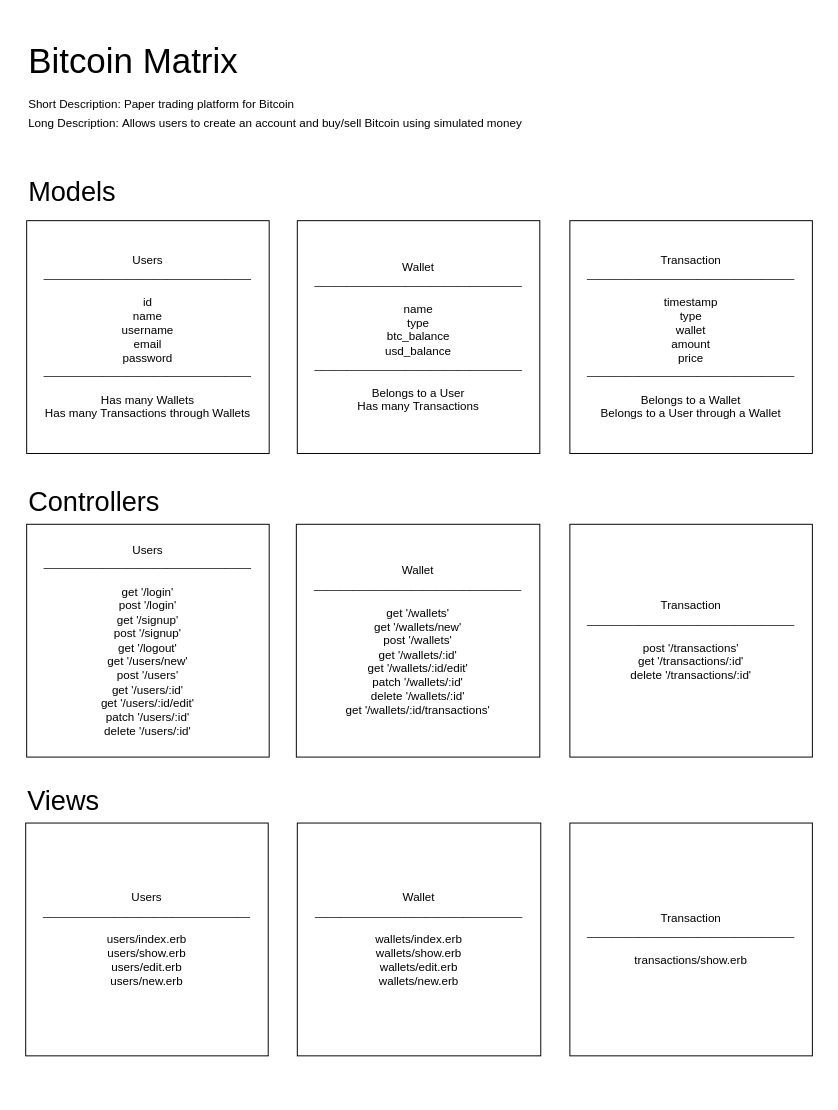
Earlier version of the draw.io diagram models.drawio (smcbride1/bitcoin-matrix). Source tidied: cells renumbered, new cells numbered last; positions are measured from the earlier drawing's top-left corner, leaving out a move shared by most shapes. Both pictures are drawn from the tidied source at 97%, with x=0, y=0 at pixel (16, 16).
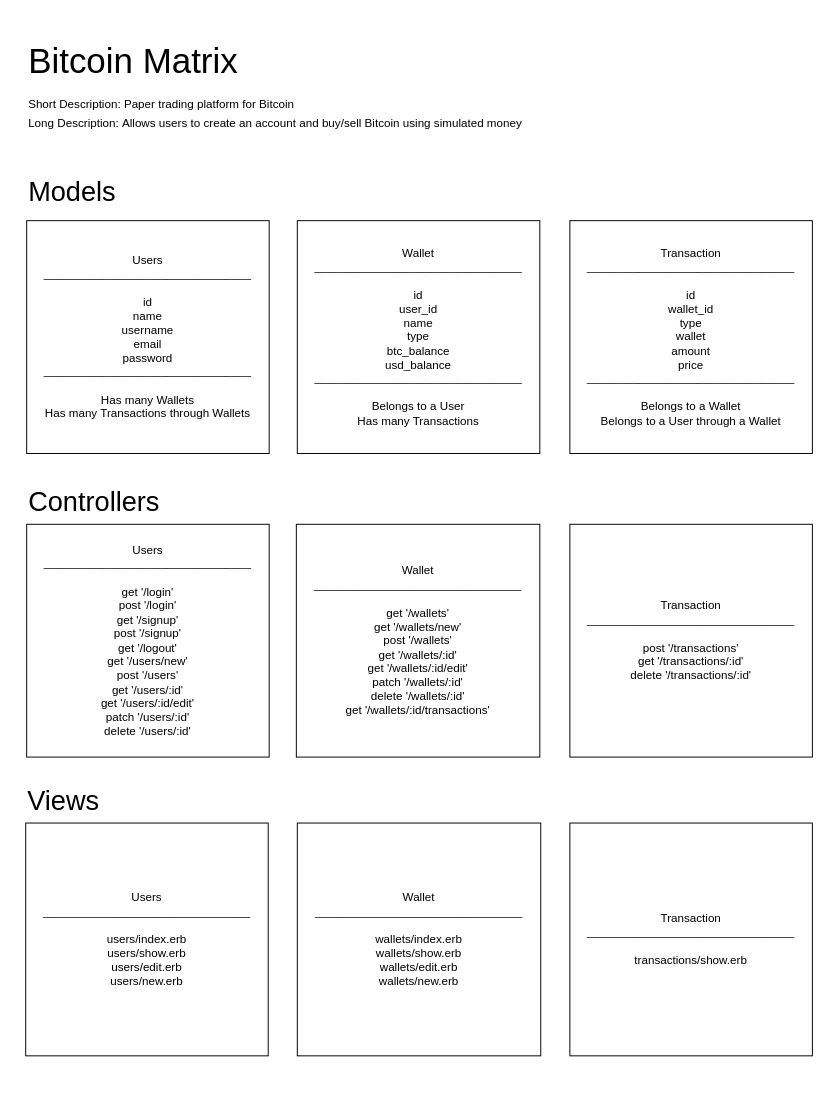
The same page after the edit.

Commit message (it also covers changes not shown here):
Migrated database and created models

The edit, as a diff of the source:
```diff
@@
 <mxGraphModel>
   <root>
     <mxCell id="0" />
     <mxCell id="1" parent="0" />
     <mxCell id="2" style="rounded=0;whiteSpace=wrap;html=1;strokeColor=none;" parent="1" vertex="1">
       <mxGeometry width="830" height="1110" as="geometry" />
     </mxCell>
     <mxCell id="3" value="Users&lt;br&gt;________________________________&lt;br&gt;&lt;br&gt;id&lt;br&gt;name&lt;br&gt;username&lt;br&gt;email&lt;br&gt;password&lt;br&gt;________________________________&lt;br&gt;&lt;br&gt;Has many Wallets&lt;br&gt;Has many Transactions through Wallets" style="rounded=0;whiteSpace=wrap;html=1;" parent="1" vertex="1">
       <mxGeometry x="10" y="210" width="250" height="240" as="geometry" />
     </mxCell>
-    <mxCell id="4" value="Wallet&lt;br&gt;________________________________&lt;br&gt;&lt;br&gt;name&lt;br&gt;type&lt;br&gt;btc_balance&lt;br&gt;usd_balance&lt;br&gt;________________________________&lt;br&gt;&lt;br&gt;Belongs to a User&lt;br&gt;Has many Transactions" style="rounded=0;whiteSpace=wrap;html=1;" parent="1" vertex="1">
+    <mxCell id="4" value="Wallet&lt;br&gt;________________________________&lt;br&gt;&lt;br&gt;id&lt;br&gt;user_id&lt;br&gt;name&lt;br&gt;type&lt;br&gt;btc_balance&lt;br&gt;usd_balance&lt;br&gt;________________________________&lt;br&gt;&lt;br&gt;Belongs to a User&lt;br&gt;Has many Transactions" style="rounded=0;whiteSpace=wrap;html=1;" parent="1" vertex="1">
       <mxGeometry x="289" y="210" width="250" height="240" as="geometry" />
     </mxCell>
-    <mxCell id="5" value="Transaction&lt;br&gt;________________________________&lt;br&gt;&lt;br&gt;timestamp&lt;br&gt;type&lt;br&gt;wallet&lt;br&gt;amount&lt;br&gt;price&lt;br&gt;________________________________&lt;br&gt;&lt;br&gt;Belongs to a Wallet&lt;br&gt;Belongs to a User through a Wallet" style="rounded=0;whiteSpace=wrap;html=1;" parent="1" vertex="1">
+    <mxCell id="5" value="Transaction&lt;br&gt;________________________________&lt;br&gt;&lt;br&gt;id&lt;br&gt;wallet_id&lt;br&gt;type&lt;br&gt;wallet&lt;br&gt;amount&lt;br&gt;price&lt;br&gt;________________________________&lt;br&gt;&lt;br&gt;Belongs to a Wallet&lt;br&gt;Belongs to a User through a Wallet" style="rounded=0;whiteSpace=wrap;html=1;" parent="1" vertex="1">
       <mxGeometry x="570" y="210" width="250" height="240" as="geometry" />
     </mxCell>
     <mxCell id="6" value="&lt;font style=&quot;font-size: 36px&quot;&gt;Bitcoin Matrix&lt;/font&gt;" style="text;html=1;align=left;verticalAlign=middle;" parent="1" vertex="1">
       <mxGeometry x="10" y="30" width="230" height="30" as="geometry" />
     </mxCell>
     <mxCell id="7" value="Short Description:&amp;nbsp;Paper trading platform for Bitcoin" style="text;html=1;align=left;verticalAlign=middle;" parent="1" vertex="1">
       <mxGeometry x="10" y="80" width="290" height="20" as="geometry" />
     </mxCell>
     <mxCell id="8" value="Long Description:&amp;nbsp;Allows users to create an account and buy/sell Bitcoin using simulated money" style="text;html=1;align=left;verticalAlign=middle;" parent="1" vertex="1">
       <mxGeometry x="10" y="100" width="520" height="20" as="geometry" />
     </mxCell>
     <mxCell id="9" value="&lt;font style=&quot;font-size: 28px&quot;&gt;Models&lt;/font&gt;" style="text;html=1;align=left;verticalAlign=middle;" parent="1" vertex="1">
       <mxGeometry x="10" y="170" width="110" height="20" as="geometry" />
     </mxCell>
     <mxCell id="10" value="&lt;font style=&quot;font-size: 28px&quot;&gt;Controllers&lt;/font&gt;" style="text;html=1;align=left;verticalAlign=middle;" parent="1" vertex="1">
       <mxGeometry x="10" y="490" width="150" height="20" as="geometry" />
     </mxCell>
     <mxCell id="11" value="Users&lt;br&gt;________________________________&lt;br&gt;&lt;div&gt;&lt;br&gt;&lt;/div&gt;&lt;div&gt;get '/login'&lt;br&gt;&lt;/div&gt;&lt;div&gt;post '/login'&lt;/div&gt;&lt;div&gt;get '/signup'&lt;/div&gt;&lt;div&gt;post '/signup'&lt;/div&gt;&lt;div&gt;get '/logout'&lt;/div&gt;&lt;div&gt;get '/users/new'&lt;/div&gt;&lt;div&gt;post '/users'&lt;/div&gt;&lt;div&gt;get '/users/:id'&lt;/div&gt;&lt;div&gt;get '/users/:id/edit'&lt;/div&gt;&lt;div&gt;patch '/users/:id'&lt;/div&gt;&lt;div&gt;delete '/users/:id'&lt;/div&gt;" style="rounded=0;whiteSpace=wrap;html=1;align=center;" parent="1" vertex="1">
       <mxGeometry x="10" y="523" width="250" height="240" as="geometry" />
     </mxCell>
     <mxCell id="12" value="&lt;span&gt;Wallet&lt;/span&gt;&lt;br&gt;________________________________&lt;br&gt;&lt;span&gt;&lt;br&gt;get '/wallets'&lt;/span&gt;&lt;br&gt;&lt;span&gt;get '/wallets/new'&lt;/span&gt;&lt;br&gt;&lt;span&gt;post '/wallets'&lt;/span&gt;&lt;br&gt;&lt;span&gt;get '/wallets/:id'&lt;/span&gt;&lt;br&gt;&lt;span&gt;get '/wallets/:id/edit'&lt;/span&gt;&lt;br&gt;&lt;span&gt;patch '/wallets/:id'&lt;/span&gt;&lt;br&gt;&lt;span&gt;delete '/wallets/:id'&lt;br&gt;&lt;/span&gt;get '/wallets/:id/transactions'&lt;span&gt;&lt;br&gt;&lt;/span&gt;" style="rounded=0;whiteSpace=wrap;html=1;" parent="1" vertex="1">
       <mxGeometry x="288" y="523" width="251" height="240" as="geometry" />
     </mxCell>
     <mxCell id="13" value="&lt;span&gt;Transaction&lt;/span&gt;&lt;br&gt;&lt;div&gt;________________________________&lt;br&gt;&lt;div&gt;&lt;br&gt;&lt;/div&gt;&lt;div&gt;post '/transactions'&lt;/div&gt;&lt;div&gt;get '/transactions/:id'&lt;/div&gt;&lt;div&gt;delete '/transactions/:id'&lt;/div&gt;&lt;/div&gt;" style="rounded=0;whiteSpace=wrap;html=1;" parent="1" vertex="1">
       <mxGeometry x="570" y="523" width="250" height="240" as="geometry" />
     </mxCell>
     <mxCell id="14" value="&lt;font style=&quot;font-size: 28px&quot;&gt;Views&lt;/font&gt;" style="text;html=1;align=left;verticalAlign=middle;" parent="1" vertex="1">
       <mxGeometry x="9" y="798" width="90" height="20" as="geometry" />
     </mxCell>
     <mxCell id="15" value="Users&lt;br&gt;________________________________&lt;br&gt;&lt;div&gt;&lt;br&gt;&lt;/div&gt;&lt;div&gt;users/index.erb&lt;/div&gt;users&lt;span&gt;/show.erb&lt;/span&gt;&lt;br&gt;&lt;div&gt;users/edit.erb&lt;/div&gt;&lt;div&gt;users/new.erb&lt;/div&gt;" style="rounded=0;whiteSpace=wrap;html=1;align=center;" parent="1" vertex="1">
       <mxGeometry x="9" y="831" width="250" height="240" as="geometry" />
     </mxCell>
     <mxCell id="16" value="&lt;span&gt;Wallet&lt;/span&gt;&lt;br&gt;________________________________&lt;br&gt;&lt;span&gt;&lt;br&gt;&lt;/span&gt;&lt;div&gt;wallets/index.erb&lt;/div&gt;wallets&lt;span&gt;/show.erb&lt;/span&gt;&lt;br&gt;wallets&lt;span&gt;/edit.erb&lt;/span&gt;&lt;br&gt;wallets&lt;span&gt;/new.erb&lt;/span&gt;" style="rounded=0;whiteSpace=wrap;html=1;" parent="1" vertex="1">
       <mxGeometry x="289" y="831" width="251" height="240" as="geometry" />
     </mxCell>
     <mxCell id="17" value="&lt;span&gt;Transaction&lt;/span&gt;&lt;br&gt;&lt;div&gt;________________________________&lt;br&gt;&lt;div&gt;&lt;br&gt;&lt;/div&gt;&lt;div&gt;transactions&lt;span&gt;/show.erb&lt;/span&gt;&lt;br&gt;&lt;/div&gt;&lt;/div&gt;" style="rounded=0;whiteSpace=wrap;html=1;" parent="1" vertex="1">
       <mxGeometry x="570" y="831" width="250" height="240" as="geometry" />
     </mxCell>
   </root>
 </mxGraphModel>
```
